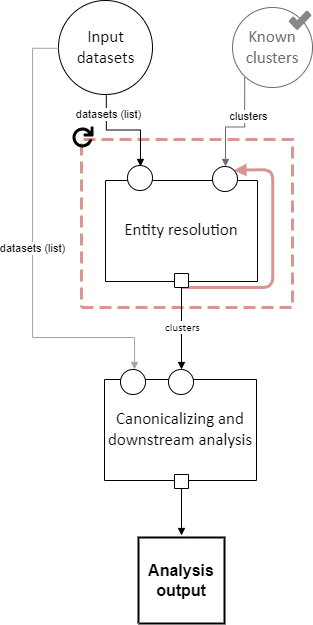
The draw.io diagram docs/source/concepts/pipeline_schema/images/easylink_pipeline_schema.drawio.png in ihmeuw/easylink, before a commit. Source tidied: cells renumbered, new cells last; positions are measured from the earlier drawing's top-left corner, leaving out a move shared by most shapes.
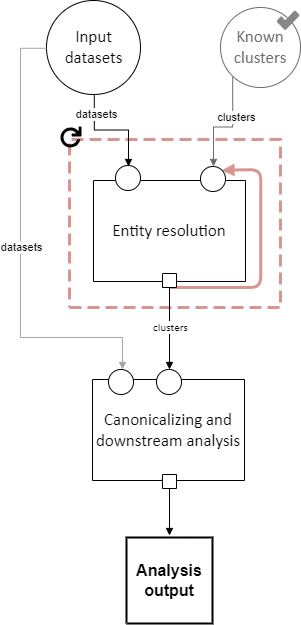
The same diagram one commit later.

Diff of the diagram source:
```diff
@@ -84,7 +84,7 @@
         </Array>
       </mxGeometry>
     </mxCell>
-    <mxCell id="24" value="datasets (list)" style="edgeLabel;html=1;align=center;verticalAlign=middle;" parent="23" vertex="1">
+    <mxCell id="24" value="datasets" style="edgeLabel;html=1;align=center;verticalAlign=middle;" parent="23" vertex="1">
       <mxGeometry relative="1" as="geometry" />
     </mxCell>
     <mxCell id="25" value="&lt;div style=&quot;font-size: 1px&quot;&gt;&lt;font style=&quot;font-size:11.29px;font-family:Calibri;color:#000000;direction:ltr;letter-spacing:0px;line-height:120%;opacity:1&quot;&gt;clusters&lt;br/&gt;&lt;/font&gt;&lt;/div&gt;" style="vsdxID=1061;edgeStyle=none;startArrow=none;endArrow=block;startSize=5;endSize=5;strokeColor=#000000;spacingTop=0;spacingBottom=0;spacingLeft=0;spacingRight=0;verticalAlign=middle;html=1;labelBackgroundColor=#ffffff;rounded=0;align=center;exitX=0.5;exitY=1;exitDx=0;exitDy=0;exitPerimeter=0;entryX=0.52;entryY=0;entryDx=0;entryDy=0;entryPerimeter=0;" parent="1" edge="1" source="18" target="16">
@@ -98,7 +98,7 @@
     <mxCell id="26" style="vsdxID=1094;edgeStyle=orthogonalEdgeStyle;startArrow=none;endArrow=block;startSize=5;endSize=5;strokeColor=#000000;spacingTop=0;spacingBottom=0;spacingLeft=0;spacingRight=0;verticalAlign=middle;html=1;labelBackgroundColor=#ffffff;rounded=0;exitX=0.5084745762711864;exitY=1.0084745762711864;exitDx=0;exitDy=0;exitPerimeter=0;entryX=0.52;entryY=0.04;entryDx=0;entryDy=0;entryPerimeter=0;" parent="1" edge="1" source="5" target="12">
       <mxGeometry relative="1" as="geometry" />
     </mxCell>
-    <mxCell id="27" value="datasets (list)" style="edgeLabel;html=1;align=center;verticalAlign=middle;" parent="26" vertex="1">
+    <mxCell id="27" value="datasets" style="edgeLabel;html=1;align=center;verticalAlign=middle;" parent="26" vertex="1">
       <mxGeometry x="-0.65" y="2" relative="1" as="geometry" />
     </mxCell>
     <mxCell id="28" style="vsdxID=1155;fillColor=none;gradientColor=none;strokeColor=none;spacingTop=-3;spacingBottom=-3;spacingLeft=-3;spacingRight=-3;labelBackgroundColor=none;rounded=0;html=1;whiteSpace=wrap;" parent="1" vertex="1">
```
